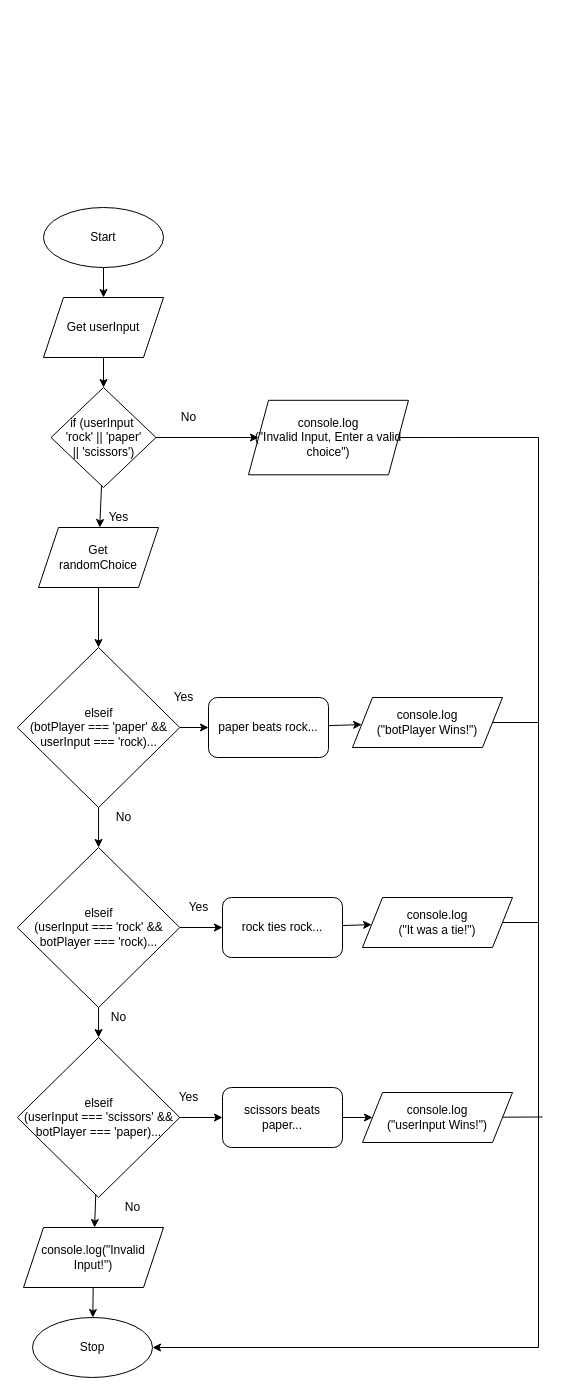
Before: Drawio/Flowchart.drawio in JacksonNaufal/ics4u-unit1-03-typescript, a draw.io diagram. Source tidied: cells renumbered, new cells numbered last; positions are measured from the earlier drawing's top-left corner, leaving out a move shared by most shapes. Both pictures are drawn from the tidied source at 100%, with x=0, y=0 at pixel (17, 207).
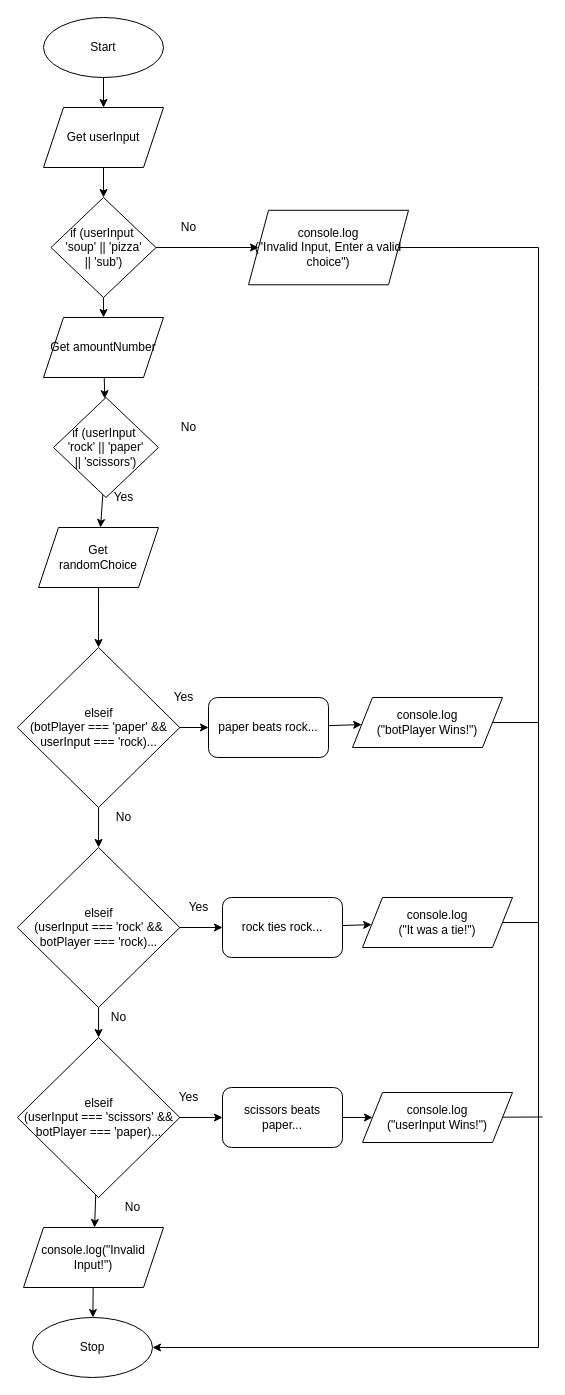
The same page after the edit.

Unchanged cells that the change refers to:
```xml
<mxCell id="4" value="Stop" style="ellipse;whiteSpace=wrap;html=1;" parent="1" vertex="1">
  <mxGeometry x="15" y="1110" width="120" height="60" as="geometry" />
</mxCell>
<mxCell id="43" value="Get &lt;br&gt;randomChoice" style="shape=parallelogram;perimeter=parallelogramPerimeter;whiteSpace=wrap;html=1;fixedSize=1;" parent="1" vertex="1">
  <mxGeometry x="21" y="320" width="120" height="60" as="geometry" />
</mxCell>
```

The edit, as a diff of the source:
```diff
@@
     <mxCell id="3" value="Start" style="ellipse;whiteSpace=wrap;html=1;" parent="1" vertex="1">
-      <mxGeometry x="26" width="120" height="60" as="geometry" />
+      <mxGeometry x="26" y="-190" width="120" height="60" as="geometry" />
     </mxCell>
@@
     <mxCell id="6" value="Get userInput" style="shape=parallelogram;perimeter=parallelogramPerimeter;whiteSpace=wrap;html=1;fixedSize=1;" parent="1" vertex="1">
-      <mxGeometry x="26" y="90" width="120" height="60" as="geometry" />
+      <mxGeometry x="26" y="-100" width="120" height="60" as="geometry" />
     </mxCell>
@@
-    <mxCell id="13" style="edgeStyle=none;html=1;" parent="1" edge="1" source="14" target="43">
-      <mxGeometry relative="1" as="geometry" />
-    </mxCell>
+    <mxCell id="45" style="edgeStyle=none;html=1;" parent="1" edge="1" source="14" target="47">
+      <mxGeometry relative="1" as="geometry" />
+    </mxCell>
-    <mxCell id="14" value="if (userInput&amp;nbsp; &lt;br&gt;'rock' || 'paper'&lt;br&gt;|| 'scissors')" style="rhombus;whiteSpace=wrap;html=1;" parent="1" vertex="1">
-      <mxGeometry x="33.5" y="180" width="105" height="100" as="geometry" />
+    <mxCell id="14" value="if (userInput&amp;nbsp; &lt;br&gt;'soup' || 'pizza'&lt;br&gt;|| 'sub')" style="rhombus;whiteSpace=wrap;html=1;" parent="1" vertex="1">
+      <mxGeometry x="33.5" y="-10" width="105" height="100" as="geometry" />
     </mxCell>
@@
     <mxCell id="26" style="edgeStyle=none;rounded=0;html=1;entryX=1;entryY=0.5;entryDx=0;entryDy=0;fontSize=10;" parent="1" edge="1" source="27" target="4">
       <mxGeometry relative="1" as="geometry">
         <Array as="points">
-          <mxPoint x="521" y="230" />
-          <mxPoint x="521" y="370" />
+          <mxPoint x="521" y="40" />
+          <mxPoint x="521" y="180" />
           <mxPoint x="521" y="1140" />
         </Array>
       </mxGeometry>
     </mxCell>
     <mxCell id="27" value="console.log&lt;br&gt;(&quot;Invalid Input, Enter a valid choice&quot;)" style="shape=parallelogram;perimeter=parallelogramPerimeter;whiteSpace=wrap;html=1;fixedSize=1;" parent="1" vertex="1">
-      <mxGeometry x="231" y="192.8" width="160" height="74.5" as="geometry" />
+      <mxGeometry x="231" y="2.8" width="160" height="74.5" as="geometry" />
     </mxCell>
@@
     <mxCell id="36" value="&lt;span style=&quot;font-size: 12px&quot;&gt;No&lt;/span&gt;" style="text;html=1;align=center;verticalAlign=middle;strokeColor=none;fillColor=none;fontSize=10;" parent="1" vertex="1">
-      <mxGeometry x="156" y="200" width="30" height="20" as="geometry" />
+      <mxGeometry x="156" y="10" width="30" height="20" as="geometry" />
     </mxCell>
@@
     <mxCell id="44" value="&lt;font style=&quot;font-size: 12px&quot;&gt;Yes&lt;/font&gt;" style="text;html=1;align=center;verticalAlign=middle;strokeColor=none;fillColor=none;fontSize=10;" parent="1" vertex="1">
-      <mxGeometry x="81" y="300" width="40" height="20" as="geometry" />
+      <mxGeometry x="86" y="280" width="40" height="20" as="geometry" />
     </mxCell>
+    <mxCell id="46" style="edgeStyle=none;html=1;" parent="1" edge="1" source="47" target="49">
+      <mxGeometry relative="1" as="geometry" />
+    </mxCell>
+    <mxCell id="47" value="Get amountNumber" style="shape=parallelogram;perimeter=parallelogramPerimeter;whiteSpace=wrap;html=1;fixedSize=1;" parent="1" vertex="1">
+      <mxGeometry x="26" y="110" width="120" height="60" as="geometry" />
+    </mxCell>
+    <mxCell id="48" style="edgeStyle=none;html=1;" parent="1" edge="1" source="49" target="43">
+      <mxGeometry relative="1" as="geometry" />
+    </mxCell>
+    <mxCell id="49" value="if (userInput&amp;nbsp; &lt;br&gt;'rock' || 'paper'&lt;br&gt;|| 'scissors')" style="rhombus;whiteSpace=wrap;html=1;" parent="1" vertex="1">
+      <mxGeometry x="36" y="190" width="105" height="100" as="geometry" />
+    </mxCell>
+    <mxCell id="50" value="&lt;span style=&quot;font-size: 12px&quot;&gt;No&lt;/span&gt;" style="text;html=1;align=center;verticalAlign=middle;strokeColor=none;fillColor=none;fontSize=10;" parent="1" vertex="1">
+      <mxGeometry x="156" y="210" width="30" height="20" as="geometry" />
+    </mxCell>
```
